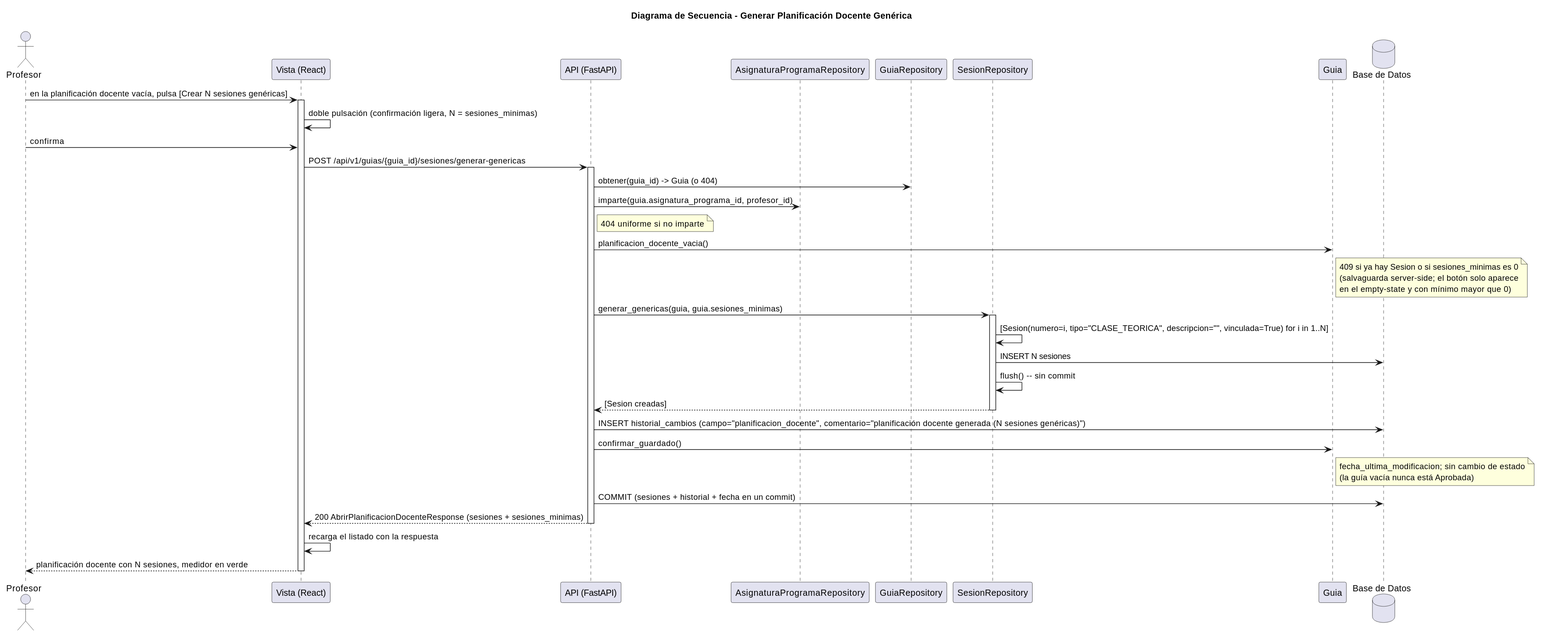
mmasias/pyCeldaPublico keeps this PlantUML diagram as images/RUP/03-diseño/casos-uso/generarPlanificacionDocenteGenerica/secuencia.svg. Above is the earlier version. Source of this version:
```plantuml
@startuml
title Diagrama de Secuencia - Generar Planificación Docente Genérica

actor "Profesor" as Profesor
participant "Vista (React)" as Vista
participant "API (FastAPI)" as API
participant "AsignaturaProgramaRepository" as AGRepo
participant "GuiaRepository" as GuiaRepo
participant "SesionRepository" as SesionRepo
participant "Guia" as Guia
database "Base de Datos" as DB

Profesor -> Vista: en la planificación docente vacía, pulsa [Crear N sesiones genéricas]
activate Vista
Vista -> Vista: doble pulsación (confirmación ligera, N = sesiones_minimas)
Profesor -> Vista: confirma
Vista -> API: POST /api/v1/guias/{guia_id}/sesiones/generar-genericas
activate API

API -> GuiaRepo: obtener(guia_id) -> Guia (o 404)
API -> AGRepo: imparte(guia.asignatura_programa_id, profesor_id)
note right of API: 404 uniforme si no imparte
API -> Guia: planificacion_docente_vacia()
note right of Guia: 409 si ya hay Sesion o si sesiones_minimas es 0\n(salvaguarda server-side; el botón solo aparece\nen el empty-state y con mínimo mayor que 0)

API -> SesionRepo: generar_genericas(guia, guia.sesiones_minimas)
activate SesionRepo
SesionRepo -> SesionRepo: [Sesion(numero=i, tipo="CLASE_TEORICA", descripcion="", vinculada=True) for i in 1..N]
SesionRepo -> DB: INSERT N sesiones
SesionRepo -> SesionRepo: flush() -- sin commit
SesionRepo --> API: [Sesion creadas]
deactivate SesionRepo

API -> DB: INSERT historial_cambios (campo="planificacion_docente", comentario="planificación docente generada (N sesiones genéricas)")
API -> Guia: confirmar_guardado()
note right of Guia: fecha_ultima_modificacion; sin cambio de estado\n(la guía vacía nunca está Aprobada)
API -> DB: COMMIT (sesiones + historial + fecha en un commit)
API --> Vista: 200 AbrirPlanificacionDocenteResponse (sesiones + sesiones_minimas)
deactivate API

Vista -> Vista: recarga el listado con la respuesta
Vista --> Profesor: planificación docente con N sesiones, medidor en verde
deactivate Vista
@enduml
```
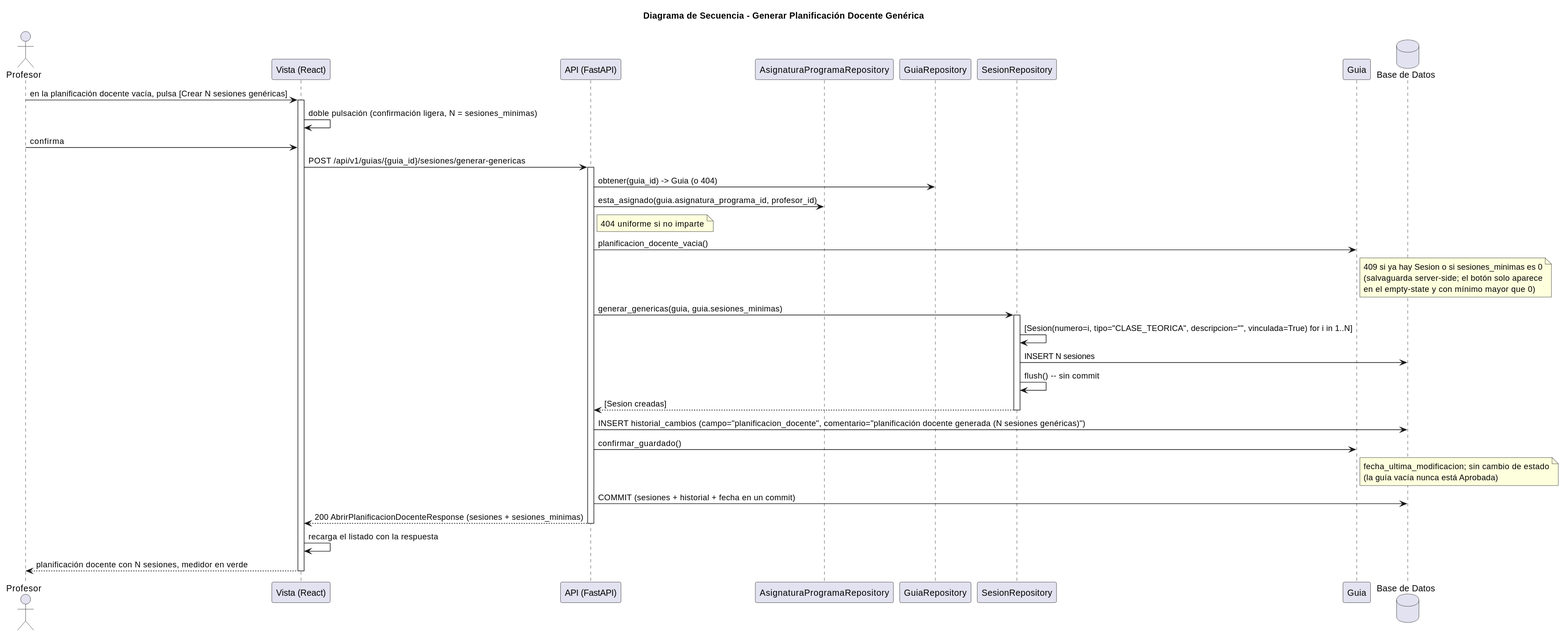
After the change.

Diff of the diagram source:
```diff
@@ -18,7 +18,7 @@
 activate API
 
 API -> GuiaRepo: obtener(guia_id) -> Guia (o 404)
-API -> AGRepo: imparte(guia.asignatura_programa_id, profesor_id)
+API -> AGRepo: esta_asignado(guia.asignatura_programa_id, profesor_id)
 note right of API: 404 uniforme si no imparte
 API -> Guia: planificacion_docente_vacia()
 note right of Guia: 409 si ya hay Sesion o si sesiones_minimas es 0\n(salvaguarda server-side; el botón solo aparece\nen el empty-state y con mínimo mayor que 0)
```
